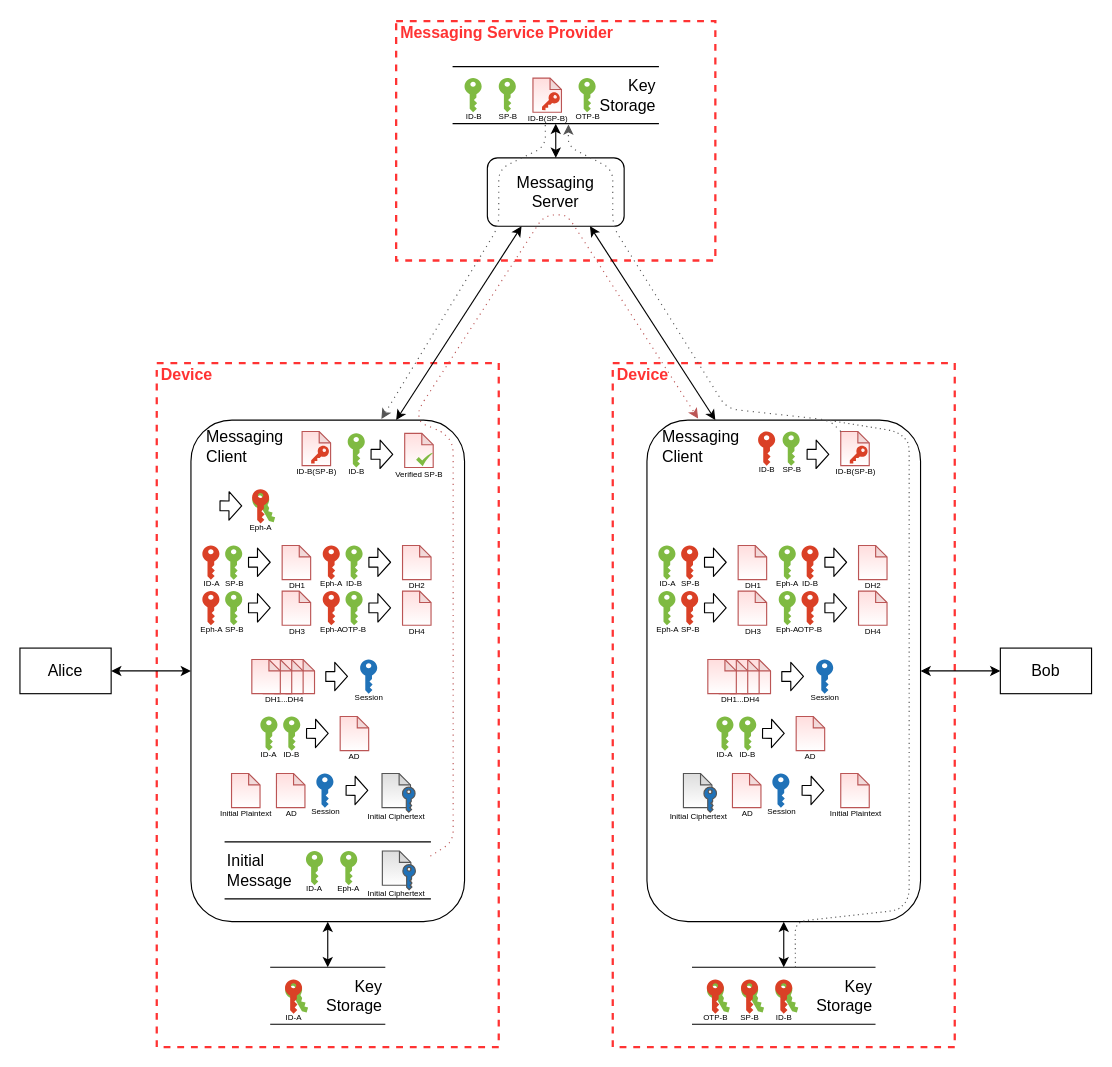
The draw.io diagram dfds/DIM-level-1-crypto-E2E-signal-X3DH.drawio in kkredit/confronting-wicked-crypto, before the edit. Source tidied: cells renumbered, new cells numbered last; positions are measured from the earlier drawing's top-left corner, leaving out a move shared by most shapes. Both pictures are drawn from the tidied source at 114%, with x=0, y=0 at pixel (19, 21).
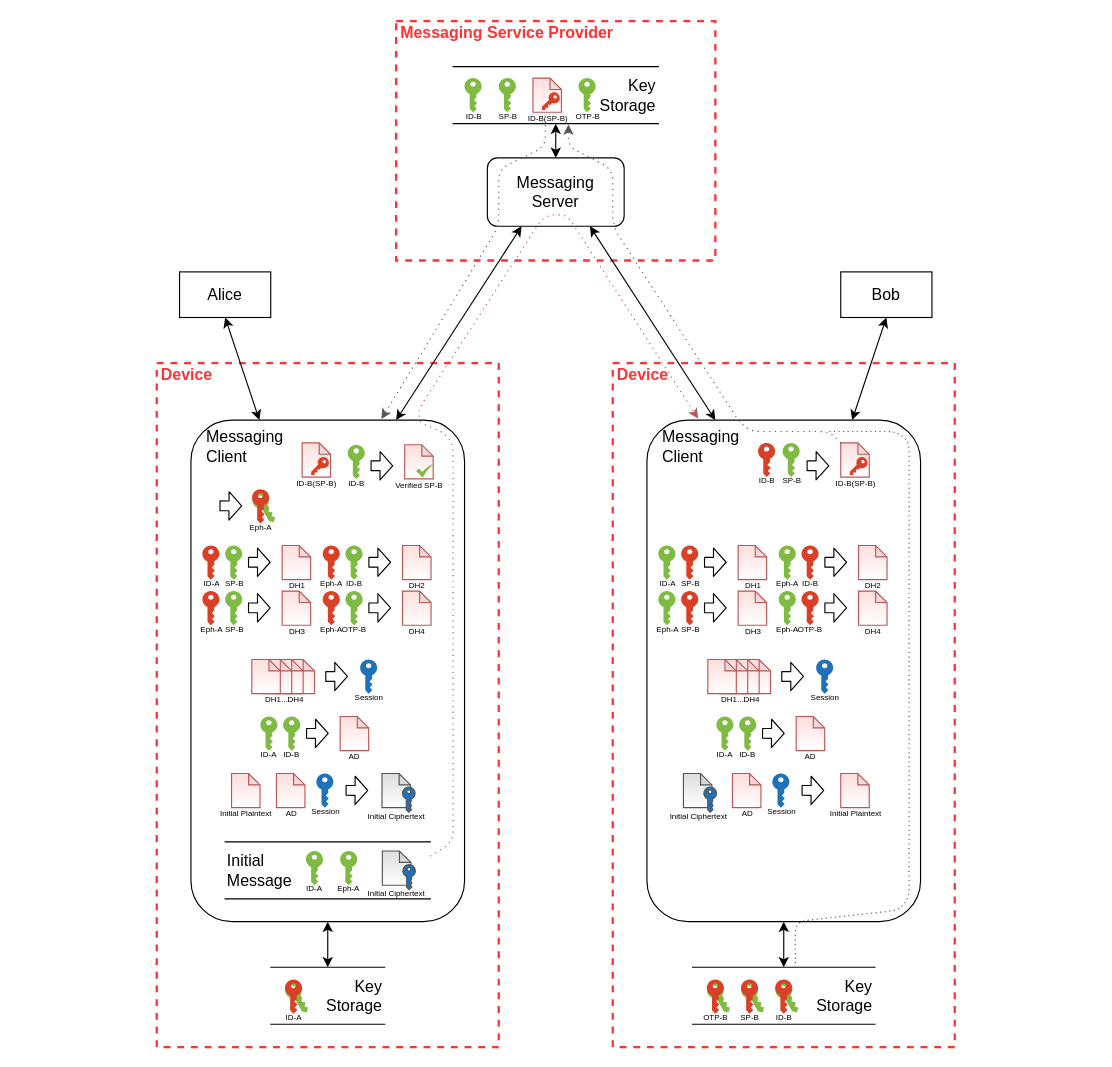
After the change.

Commit message (it also covers changes not shown here):
Add double ratchet diagram, update others

Unchanged cells that the change refers to:
```xml
<mxCell id="3" value="&lt;font style=&quot;font-size: 14px&quot;&gt;&amp;nbsp; &amp;nbsp;Messaging&lt;br&gt;&lt;/font&gt;&lt;font style=&quot;font-size: 14px&quot;&gt;&amp;nbsp; &amp;nbsp;Client&lt;/font&gt;" style="rounded=1;whiteSpace=wrap;html=1;align=left;verticalAlign=top;" parent="1" vertex="1">
  <mxGeometry x="150" y="350" width="240" height="440" as="geometry" />
</mxCell>
<mxCell id="12" value="&lt;blockquote style=&quot;margin: 0 0 0 40px ; border: none ; padding: 0px&quot;&gt;&lt;/blockquote&gt;&lt;span style=&quot;font-size: 14px&quot;&gt;Key&lt;/span&gt;&lt;br&gt;&lt;font style=&quot;font-size: 14px&quot;&gt;Storage&lt;/font&gt;" style="shape=partialRectangle;whiteSpace=wrap;html=1;left=0;right=0;fillColor=none;align=right;" parent="1" vertex="1">
  <mxGeometry x="380" y="40" width="180" height="50" as="geometry" />
</mxCell>
<mxCell id="17" value="&lt;blockquote style=&quot;margin: 0 0 0 40px ; border: none ; padding: 0px&quot;&gt;&lt;/blockquote&gt;&lt;span style=&quot;font-size: 14px&quot;&gt;Key&lt;/span&gt;&lt;br&gt;&lt;font style=&quot;font-size: 14px&quot;&gt;Storage&lt;/font&gt;" style="shape=partialRectangle;whiteSpace=wrap;html=1;left=0;right=0;fillColor=none;align=right;" parent="1" vertex="1">
  <mxGeometry x="590" y="830" width="160" height="50" as="geometry" />
</mxCell>
<mxCell id="18" value="&lt;font style=&quot;font-size: 14px&quot;&gt;&amp;nbsp; &amp;nbsp;Messaging&lt;br&gt;&lt;/font&gt;&lt;font style=&quot;font-size: 14px&quot;&gt;&amp;nbsp; &amp;nbsp;Client&lt;/font&gt;" style="rounded=1;whiteSpace=wrap;html=1;align=left;verticalAlign=top;" parent="1" vertex="1">
  <mxGeometry x="550" y="350" width="240" height="440" as="geometry" />
</mxCell>
<mxCell id="39" value="&lt;span style=&quot;font-size: 7px&quot;&gt;ID-B(SP-B)&lt;br&gt;&lt;/span&gt;" style="shape=note;html=1;backgroundOutline=1;darkOpacity=0.05;size=10;labelPosition=center;verticalLabelPosition=bottom;align=center;verticalAlign=top;spacingTop=-10;gradientColor=#ffffff;fillColor=#FFDDDD;strokeColor=#BB5555;" parent="38" vertex="1">
  <mxGeometry width="25" height="30" as="geometry" />
</mxCell>
```

Diff of the diagram source:
```diff
@@
     <mxCell id="7" value="&lt;span style=&quot;font-size: 14px&quot;&gt;Alice&lt;/span&gt;" style="rounded=0;whiteSpace=wrap;html=1;" parent="1" vertex="1">
-      <mxGeometry y="550" width="80" height="40" as="geometry" />
+      <mxGeometry x="140" y="220" width="80" height="40" as="geometry" />
     </mxCell>
-    <mxCell id="8" style="endArrow=classic;startArrow=classic;html=1;fontColor=#FF3333;entryX=1;entryY=0.5;entryDx=0;entryDy=0;exitX=0;exitY=0.5;exitDx=0;exitDy=0;" parent="1" edge="1" source="3" target="7">
+    <mxCell id="8" style="endArrow=classic;startArrow=classic;html=1;fontColor=#FF3333;entryX=0.5;entryY=1;entryDx=0;entryDy=0;exitX=0.25;exitY=0;exitDx=0;exitDy=0;" parent="1" edge="1" source="3" target="7">
       <mxGeometry relative="1" as="geometry" />
     </mxCell>
     <mxCell id="9" value="&lt;font style=&quot;font-size: 14px&quot;&gt;Bob&lt;/font&gt;" style="rounded=0;whiteSpace=wrap;html=1;" parent="1" vertex="1">
-      <mxGeometry x="860" y="550" width="80" height="40" as="geometry" />
+      <mxGeometry x="720" y="220" width="80" height="40" as="geometry" />
     </mxCell>
@@
-    <mxCell id="15" style="endArrow=classic;startArrow=classic;html=1;fontColor=#FF3333;entryX=0;entryY=0.5;entryDx=0;entryDy=0;exitX=1;exitY=0.5;exitDx=0;exitDy=0;" parent="1" edge="1" source="18" target="9">
+    <mxCell id="15" style="endArrow=classic;startArrow=classic;html=1;fontColor=#FF3333;entryX=0.5;entryY=1;entryDx=0;entryDy=0;exitX=0.75;exitY=0;exitDx=0;exitDy=0;" parent="1" edge="1" source="18" target="9">
       <mxGeometry relative="1" as="geometry" />
     </mxCell>
@@
     <mxCell id="35" value="&lt;font style=&quot;font-size: 7px&quot;&gt;ID-B&lt;/font&gt;" style="shadow=0;dashed=0;html=1;strokeColor=none;labelPosition=center;verticalLabelPosition=bottom;verticalAlign=top;align=center;shape=mxgraph.office.security.key_permissions;fillColor=#DA4026;spacing=0;spacingTop=-10;" parent="1" vertex="1">
-      <mxGeometry x="647.5" y="360" width="15" height="30" as="geometry" />
+      <mxGeometry x="647.5" y="370" width="15" height="30" as="geometry" />
     </mxCell>
     <mxCell id="36" value="&lt;font style=&quot;font-size: 7px&quot;&gt;SP-B&lt;/font&gt;" style="shadow=0;dashed=0;html=1;strokeColor=none;labelPosition=center;verticalLabelPosition=bottom;verticalAlign=top;align=center;shape=mxgraph.office.security.key_permissions;fillColor=#7FBA42;horizontal=1;spacing=0;spacingTop=-10;" parent="1" vertex="1">
-      <mxGeometry x="669" y="360" width="15" height="30" as="geometry" />
+      <mxGeometry x="669" y="370" width="15" height="30" as="geometry" />
     </mxCell>
     <mxCell id="37" style="shape=flexArrow;endArrow=classic;html=1;width=8.604651162790697;endSize=3.375193798449612;endWidth=15.235863229373233;" parent="1" edge="1">
       <mxGeometry relative="1" as="geometry">
-        <mxPoint x="690" y="380" as="sourcePoint" />
-        <mxPoint x="710" y="380.1" as="targetPoint" />
+        <mxPoint x="690" y="390" as="sourcePoint" />
+        <mxPoint x="710" y="390.1" as="targetPoint" />
       </mxGeometry>
     </mxCell>
     <mxCell id="38" style="group;" parent="1" vertex="1">
-      <mxGeometry x="720" y="360" width="25.6" height="31.6" as="geometry" />
+      <mxGeometry x="720" y="370" width="25.6" height="31.6" as="geometry" />
     </mxCell>
@@
     <mxCell id="41" style="endArrow=classic;html=1;strokeWidth=1;strokeColor=#555555;dashed=1;dashPattern=1 4;entryX=0.562;entryY=1.014;entryDx=0;entryDy=0;exitX=0;exitY=0;exitDx=0;exitDy=0;exitPerimeter=0;entryPerimeter=0;" parent="1" edge="1" source="39" target="12">
       <mxGeometry relative="1" as="geometry">
         <Array as="points">
-          <mxPoint x="710" y="350" />
-          <mxPoint x="620" y="340" />
+          <mxPoint x="710" y="360" />
+          <mxPoint x="640" y="360" />
+          <mxPoint x="630" y="350" />
           <mxPoint x="520" y="180" />
           <mxPoint x="520" y="130" />
           <mxPoint x="481" y="110" />
         </Array>
       </mxGeometry>
     </mxCell>
-    <mxCell id="42" style="endArrow=none;dashed=1;html=1;dashPattern=1 3;strokeWidth=1;strokeColor=#555555;entryX=0.564;entryY=0.002;entryDx=0;entryDy=0;entryPerimeter=0;exitX=0.67;exitY=0.001;exitDx=0;exitDy=0;exitPerimeter=0;" parent="1" edge="1" source="18" target="17">
+    <mxCell id="42" style="endArrow=none;dashed=1;html=1;dashPattern=1 3;strokeWidth=1;strokeColor=#555555;entryX=0.564;entryY=0.002;entryDx=0;entryDy=0;entryPerimeter=0;" parent="1" edge="1" target="17">
       <mxGeometry relative="1" as="geometry">
+        <mxPoint x="710" y="360" as="sourcePoint" />
         <Array as="points">
           <mxPoint x="770" y="360" />
           <mxPoint x="780" y="370" />
           <mxPoint x="780" y="770" />
           <mxPoint x="770" y="780" />
           <mxPoint x="680" y="790" />
         </Array>
       </mxGeometry>
     </mxCell>
@@
     <mxCell id="49" style="group;" parent="47" vertex="1">
-      <mxGeometry x="247.5" y="360" width="25.6" height="31.6" as="geometry" />
+      <mxGeometry x="247.5" y="370" width="25.6" height="31.6" as="geometry" />
     </mxCell>
@@
     <mxCell id="52" value="&lt;font style=&quot;font-size: 7px&quot;&gt;ID-B&lt;/font&gt;" style="shadow=0;dashed=0;html=1;strokeColor=none;labelPosition=center;verticalLabelPosition=bottom;verticalAlign=top;align=center;shape=mxgraph.office.security.key_permissions;fillColor=#7FBA42;horizontal=1;spacing=0;spacingTop=-10;" parent="47" vertex="1">
-      <mxGeometry x="287.5" y="361.6" width="15" height="30" as="geometry" />
+      <mxGeometry x="287.5" y="371.6" width="15" height="30" as="geometry" />
     </mxCell>
     <mxCell id="53" style="shape=flexArrow;endArrow=classic;html=1;width=8.604651162790697;endSize=3.375193798449612;endWidth=15.235863229373233;" parent="47" edge="1">
       <mxGeometry relative="1" as="geometry">
-        <mxPoint x="307.5" y="380" as="sourcePoint" />
-        <mxPoint x="327.5" y="380.1" as="targetPoint" />
+        <mxPoint x="307.5" y="390" as="sourcePoint" />
+        <mxPoint x="327.5" y="390.1" as="targetPoint" />
       </mxGeometry>
     </mxCell>
     <mxCell id="54" style="group;" parent="47" vertex="1">
-      <mxGeometry x="337.5" y="361.6" width="25" height="30" as="geometry" />
+      <mxGeometry x="337.5" y="371.6" width="25" height="30" as="geometry" />
     </mxCell>
```
